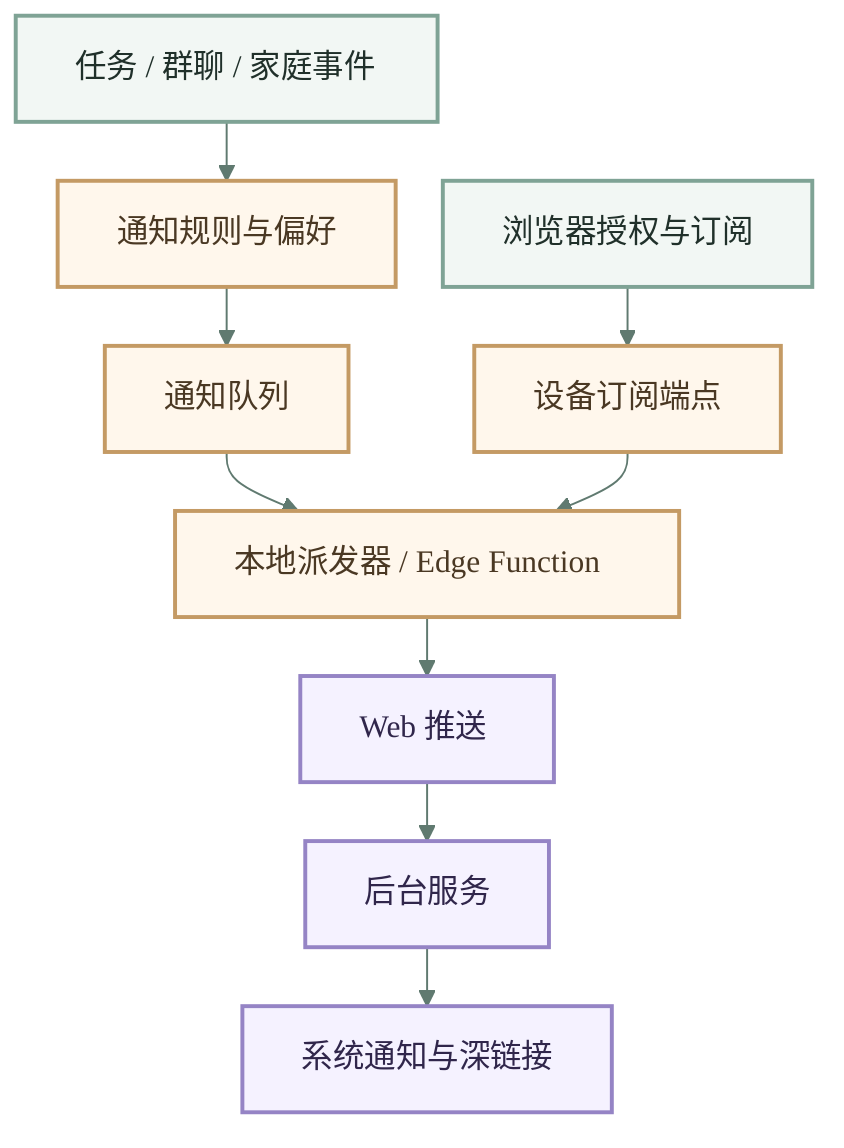
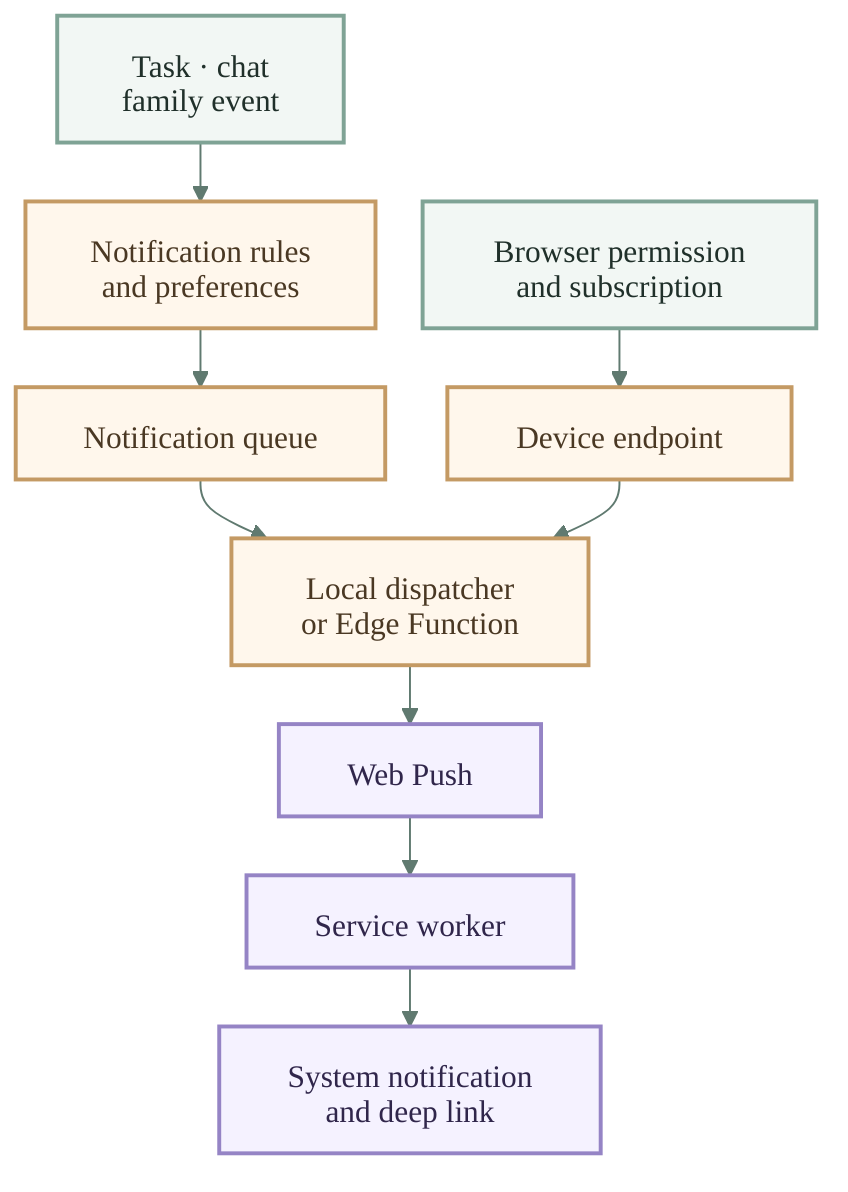
- %%{init: {"theme": "base", "themeVariables": {"fontFamily": "system-ui, sans-serif", "primaryColor": "#F2F7F4", "primaryTextColor": "#20302A", "primaryBorderColor": "#7FA395", "lineColor": "#607A70", "secondaryColor": "#FFF7EC", "tertiaryColor": "#F5F2FF"}, "flowchart": {"curve": "basis", "nodeSpacing": 24, "rankSpacing": 30}}}%%
+ %%{init: {"theme": "base", "htmlLabels": false, "themeVariables": {"fontFamily": "Arial, sans-serif", "primaryColor": "#F2F7F4", "primaryTextColor": "#20302A", "primaryBorderColor": "#7FA395", "lineColor": "#607A70", "secondaryColor": "#FFF7EC", "tertiaryColor": "#F5F2FF"}, "flowchart": {"curve": "basis", "nodeSpacing": 24, "rankSpacing": 30, "htmlLabels": false}}}%%
flowchart TB
-   EVENT["任务 / 群聊 / 家庭事件"] --> STORE["通知规则与偏好"]
-   STORE --> QUEUE["通知队列"]
-   DEVICE["浏览器授权与订阅"] --> ENDPOINT["设备订阅端点"]
-   QUEUE --> DISPATCH["本地派发器 / Edge Function"]
+   EVENT["Task · chat<br/>family event"] --> STORE["Notification rules<br/>and preferences"]
+   STORE --> QUEUE["Notification queue"]
+   DEVICE["Browser permission<br/>and subscription"] --> ENDPOINT["Device endpoint"]
+   QUEUE --> DISPATCH["Local dispatcher<br/>or Edge Function"]
  ENDPOINT --> DISPATCH
-   DISPATCH --> PUSH["Web 推送"]
-   PUSH --> SW["后台服务"]
-   SW --> UI["系统通知与深链接"]
+   DISPATCH --> PUSH["Web Push"]
+   PUSH --> SW["Service worker"]
+   SW --> UI["System notification<br/>and deep link"]

  classDef event fill:#F2F7F4,stroke:#7FA395,color:#20302A,stroke-width:2px;
  classDef process fill:#FFF7EC,stroke:#C49A64,color:#4A3823,stroke-width:2px;
  classDef output fill:#F5F2FF,stroke:#9584C5,color:#30264B,stroke-width:2px;
  class EVENT,DEVICE event;
  class STORE,QUEUE,ENDPOINT,DISPATCH process;
  class PUSH,SW,UI output;
